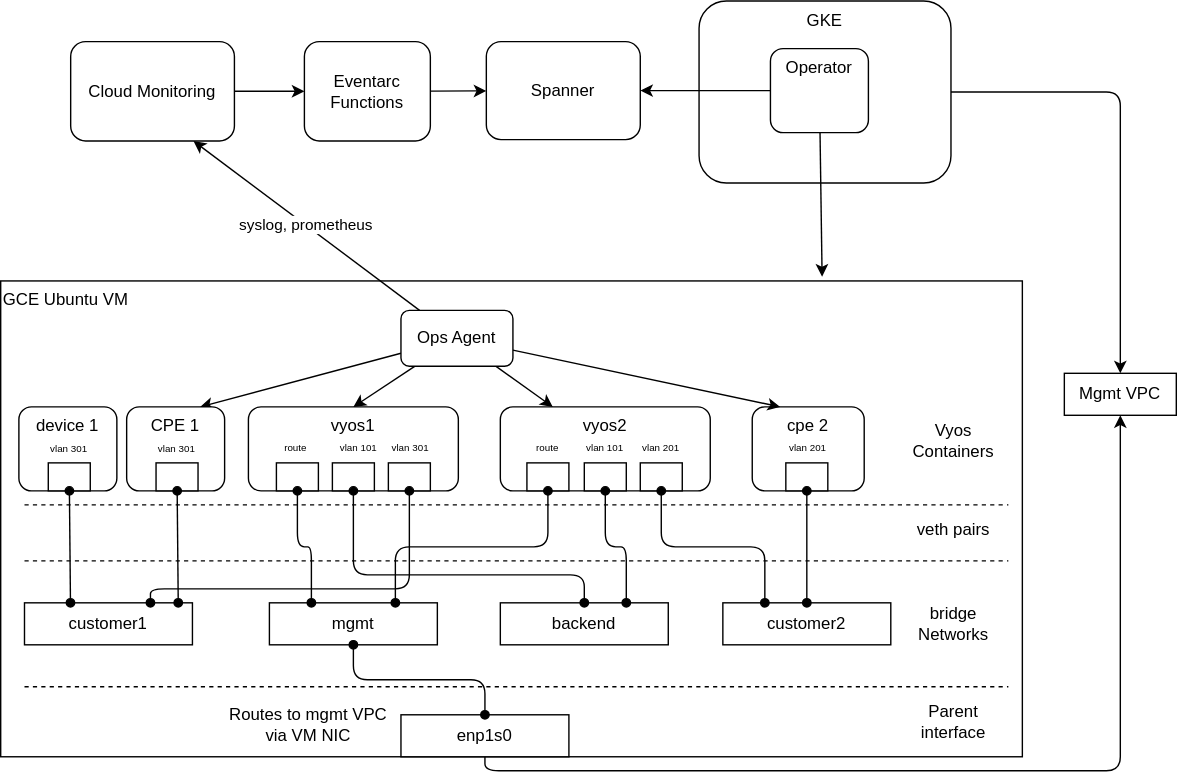
This is docs/drawings/networking.drawio.svg from LeegenSteven/NetworkAgent-dev, a draw.io export, as it was before one commit. Source tidied: cells renumbered, new cells last; positions are measured from the earlier drawing's top-left corner, leaving out a move shared by most shapes.
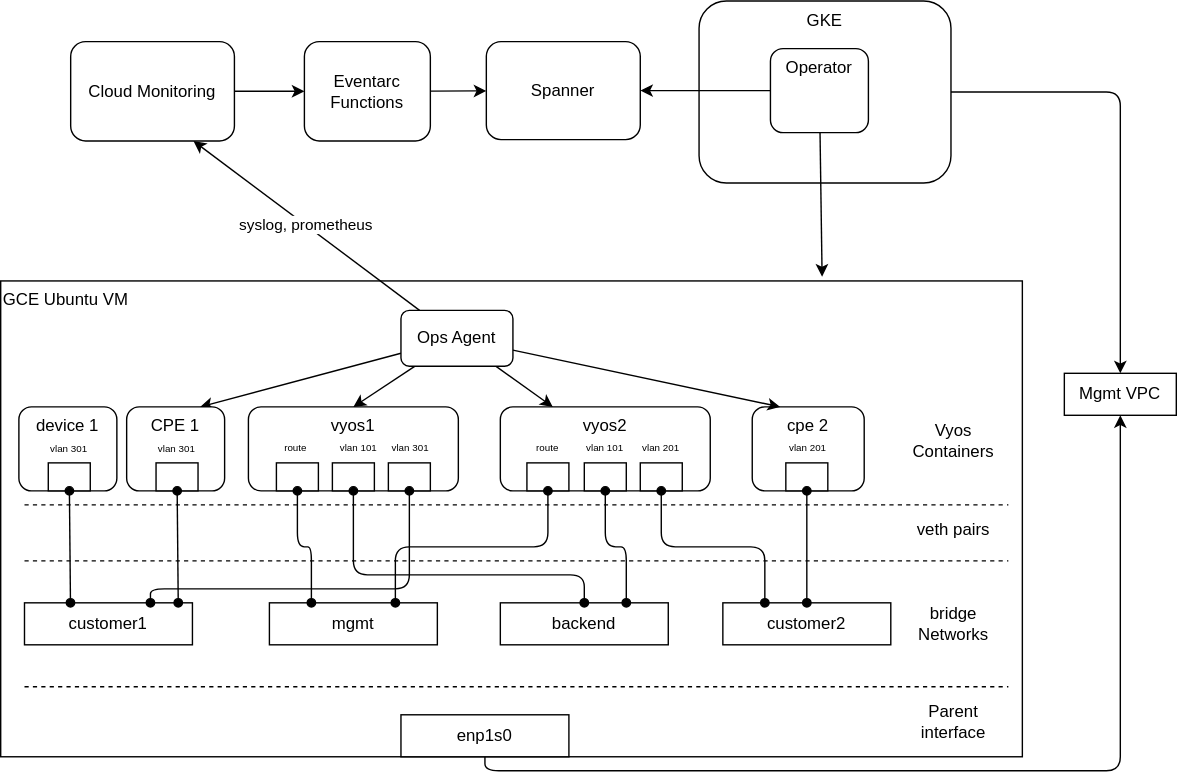
Above is the later version.

Diff of the diagram source:
```diff
@@ -167,12 +167,6 @@
     <mxCell id="49" style="edgeStyle=orthogonalEdgeStyle;html=1;entryX=0.5;entryY=0;entryDx=0;entryDy=0;exitX=1;exitY=0.5;exitDx=0;exitDy=0;" parent="1" edge="1" source="2" target="48">
       <mxGeometry relative="1" as="geometry" />
     </mxCell>
-    <mxCell id="50" style="edgeStyle=orthogonalEdgeStyle;html=1;exitX=0.5;exitY=1;exitDx=0;exitDy=0;startArrow=oval;startFill=1;endArrow=oval;endFill=1;" parent="1" edge="1" source="16" target="21">
-      <mxGeometry relative="1" as="geometry" />
-    </mxCell>
-    <mxCell id="51" value="Routes to mgmt VPC via VM NIC" style="text;html=1;align=center;verticalAlign=middle;whiteSpace=wrap;rounded=0;" parent="1" vertex="1">
-      <mxGeometry x="162" y="502" width="116" height="30" as="geometry" />
-    </mxCell>
     <mxCell id="52" value="Spanner" style="rounded=1;whiteSpace=wrap;html=1;verticalAlign=middle;" parent="1" vertex="1">
       <mxGeometry x="347" y="29" width="110" height="70" as="geometry" />
     </mxCell>
```
